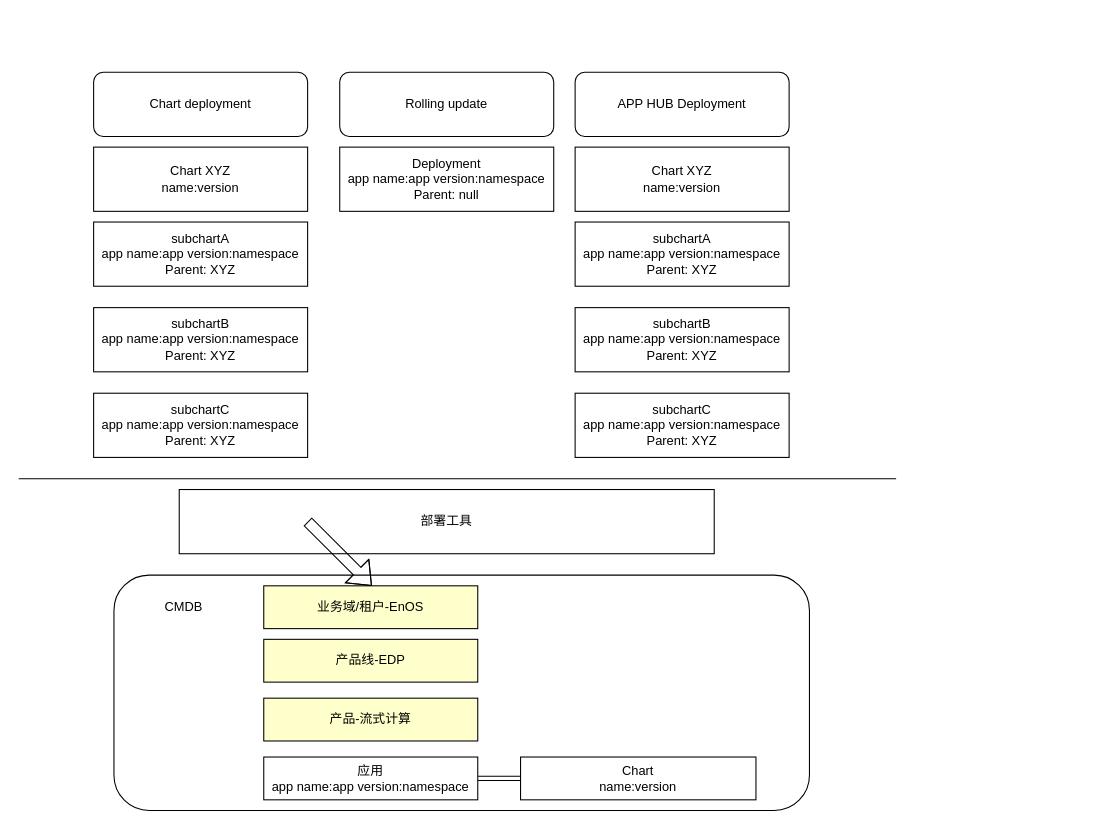
This is page "CMDB" (2 of 5) of CMDB.drawio from Blake1982/blake_project, a draw.io file, before an edit. Source tidied: cells renumbered, new cells numbered last; positions are measured from the earlier drawing's top-left corner, leaving out a move shared by most shapes. Both pictures are drawn from the tidied source at 107%, with x=0, y=0 at pixel (18, 72).
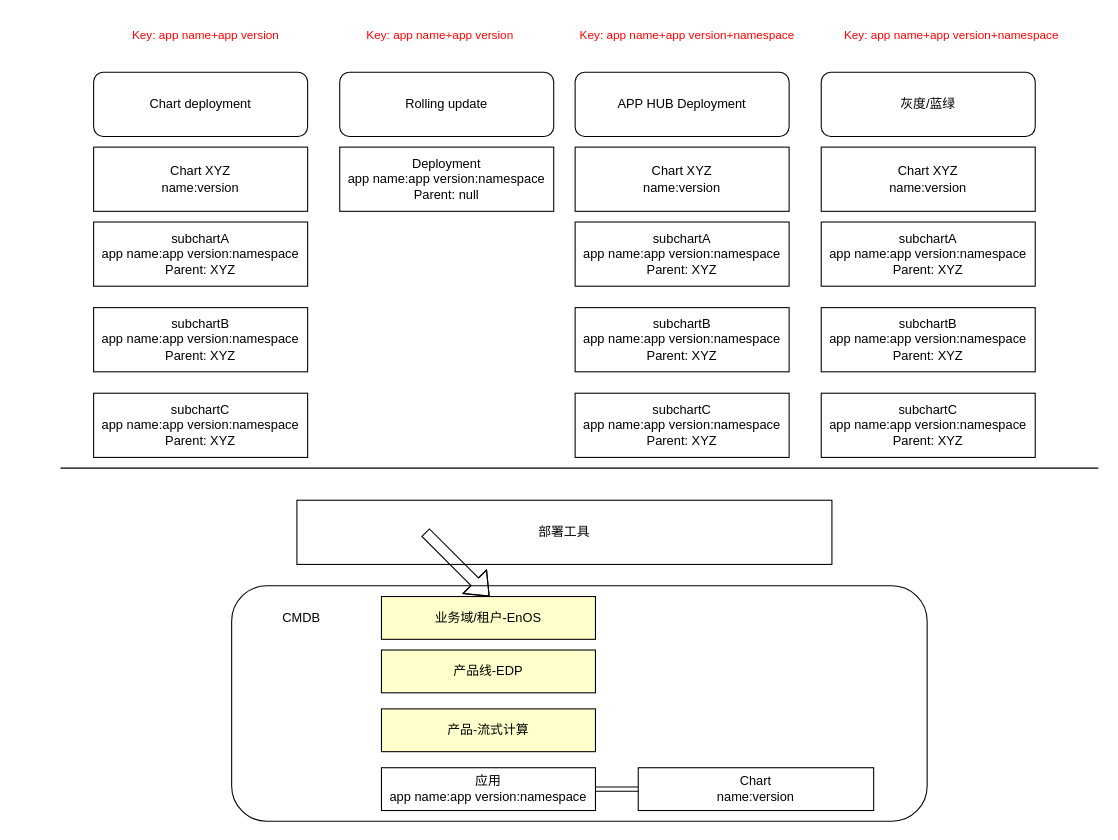
The same diagram, later.

Change to the diagram source:
```diff
@@
     <mxCell id="14" style="rounded=1;whiteSpace=wrap;html=1;" parent="1" vertex="1">
-      <mxGeometry x="89" y="470" width="650" height="220" as="geometry" />
+      <mxGeometry x="199" y="480" width="650" height="220" as="geometry" />
     </mxCell>
     <mxCell id="15" value="CMDB" style="text;html=1;align=center;verticalAlign=middle;fillColor=none;strokeColor=none;rounded=0;" parent="1" vertex="1">
-      <mxGeometry x="129" y="490" width="50" height="20" as="geometry" />
+      <mxGeometry x="239" y="500" width="50" height="20" as="geometry" />
     </mxCell>
     <mxCell id="16" value="业务域/租户-EnOS" style="rounded=0;whiteSpace=wrap;html=1;fillColor=#FFFFCC;" parent="1" vertex="1">
-      <mxGeometry x="229" y="480" width="200" height="40" as="geometry" />
+      <mxGeometry x="339" y="490" width="200" height="40" as="geometry" />
     </mxCell>
     <mxCell id="17" value="产品线-EDP" style="rounded=0;whiteSpace=wrap;html=1;fillColor=#FFFFCC;" parent="1" vertex="1">
-      <mxGeometry x="229" y="530" width="200" height="40" as="geometry" />
+      <mxGeometry x="339" y="540" width="200" height="40" as="geometry" />
     </mxCell>
     <mxCell id="18" value="产品-流式计算" style="rounded=0;whiteSpace=wrap;html=1;fillColor=#FFFFCC;" parent="1" vertex="1">
-      <mxGeometry x="229" y="585" width="200" height="40" as="geometry" />
+      <mxGeometry x="339" y="595" width="200" height="40" as="geometry" />
     </mxCell>
@@
     <mxCell id="20" value="应用&lt;br&gt;app name:app version:namespace" style="rounded=0;whiteSpace=wrap;html=1;" parent="1" vertex="1">
-      <mxGeometry x="229" y="640" width="200" height="40" as="geometry" />
+      <mxGeometry x="339" y="650" width="200" height="40" as="geometry" />
     </mxCell>
     <mxCell id="21" value="Chart&lt;br&gt;name:version" style="rounded=0;whiteSpace=wrap;html=1;" parent="1" vertex="1">
-      <mxGeometry x="469" y="640" width="220" height="40" as="geometry" />
+      <mxGeometry x="579" y="650" width="220" height="40" as="geometry" />
     </mxCell>
     <mxCell id="22" style="endArrow=none;html=1;rounded=0;" parent="1" edge="1">
       <mxGeometry relative="1" as="geometry">
-        <mxPoint y="380" as="sourcePoint" />
-        <mxPoint x="820" y="380" as="targetPoint" />
+        <mxPoint x="39" y="370" as="sourcePoint" />
+        <mxPoint x="1009" y="370" as="targetPoint" />
       </mxGeometry>
     </mxCell>
     <mxCell id="23" value="部署工具" style="rounded=0;whiteSpace=wrap;html=1;" parent="1" vertex="1">
-      <mxGeometry x="150" y="390" width="500" height="60" as="geometry" />
+      <mxGeometry x="260" y="400" width="500" height="60" as="geometry" />
     </mxCell>
     <mxCell id="24" style="shape=flexArrow;endArrow=classic;html=1;rounded=0;" parent="1" edge="1">
       <mxGeometry relative="1" as="geometry">
-        <mxPoint x="270" y="420" as="sourcePoint" />
-        <mxPoint x="330" y="480" as="targetPoint" />
+        <mxPoint x="380" y="430" as="sourcePoint" />
+        <mxPoint x="440" y="490" as="targetPoint" />
         <Array as="points">
-          <mxPoint x="310" y="460" />
+          <mxPoint x="420" y="470" />
         </Array>
       </mxGeometry>
     </mxCell>
+    <mxCell id="25" value="Chart XYZ&lt;br&gt;name:version" style="rounded=0;whiteSpace=wrap;html=1;" parent="1" vertex="1">
+      <mxGeometry x="750" y="70" width="200" height="60" as="geometry" />
+    </mxCell>
+    <mxCell id="26" value="subchartA&lt;br&gt;app name:app version:namespace&lt;br&gt;Parent: XYZ" style="rounded=0;whiteSpace=wrap;html=1;" parent="1" vertex="1">
+      <mxGeometry x="750" y="140" width="200" height="60" as="geometry" />
+    </mxCell>
+    <mxCell id="27" value="subchartC&lt;br&gt;app name:app version:namespace&lt;br&gt;Parent: XYZ" style="rounded=0;whiteSpace=wrap;html=1;" parent="1" vertex="1">
+      <mxGeometry x="750" y="300" width="200" height="60" as="geometry" />
+    </mxCell>
+    <mxCell id="28" value="subchartB&lt;br&gt;app name:app version:namespace&lt;br&gt;Parent: XYZ" style="rounded=0;whiteSpace=wrap;html=1;" parent="1" vertex="1">
+      <mxGeometry x="750" y="220" width="200" height="60" as="geometry" />
+    </mxCell>
+    <mxCell id="29" value="灰度/蓝绿" style="rounded=1;whiteSpace=wrap;html=1;" parent="1" vertex="1">
+      <mxGeometry x="750" width="200" height="60" as="geometry" />
+    </mxCell>
+    <mxCell id="30" value="Text" style="text;html=1;strokeColor=none;fillColor=none;align=center;verticalAlign=middle;whiteSpace=wrap;rounded=0;fontFamily=Helvetica;fontSize=11;fontColor=#FFFFFF;" parent="1" vertex="1">
+      <mxGeometry x="749" y="290" width="60" height="30" as="geometry" />
+    </mxCell>
+    <mxCell id="31" value="&lt;font color=&quot;#ff0000&quot;&gt;Key: app name+app version&lt;/font&gt;" style="text;html=1;strokeColor=none;fillColor=none;align=center;verticalAlign=middle;whiteSpace=wrap;rounded=0;fontFamily=Helvetica;fontSize=11;fontColor=#FFFFFF;" parent="1" vertex="1">
+      <mxGeometry x="90" y="-50" width="170" height="30" as="geometry" />
+    </mxCell>
+    <mxCell id="32" value="&lt;font color=&quot;#ff0000&quot;&gt;Key: app name+app version&lt;/font&gt;" style="text;html=1;strokeColor=none;fillColor=none;align=center;verticalAlign=middle;whiteSpace=wrap;rounded=0;fontFamily=Helvetica;fontSize=11;fontColor=#FFFFFF;" parent="1" vertex="1">
+      <mxGeometry x="309" y="-50" width="170" height="30" as="geometry" />
+    </mxCell>
+    <mxCell id="33" value="&lt;font color=&quot;#ff0000&quot;&gt;Key: app name+app version+namespace&lt;/font&gt;" style="text;html=1;strokeColor=none;fillColor=none;align=center;verticalAlign=middle;whiteSpace=wrap;rounded=0;fontFamily=Helvetica;fontSize=11;fontColor=#FFFFFF;" parent="1" vertex="1">
+      <mxGeometry x="490" y="-50" width="270" height="30" as="geometry" />
+    </mxCell>
+    <mxCell id="34" value="&lt;font color=&quot;#ff0000&quot;&gt;Key: app name+app version+namespace&lt;/font&gt;" style="text;html=1;strokeColor=none;fillColor=none;align=center;verticalAlign=middle;whiteSpace=wrap;rounded=0;fontFamily=Helvetica;fontSize=11;fontColor=#FFFFFF;" parent="1" vertex="1">
+      <mxGeometry x="750" y="-50" width="244" height="30" as="geometry" />
+    </mxCell>
```
